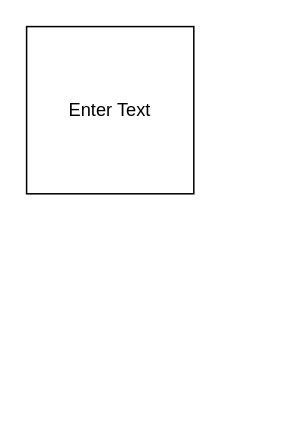
Earlier version of the draw.io diagram Untitled Diagram.drawio (jeshuaerickson/hh2022). Source tidied: cells renumbered, new cells numbered last; positions are measured from the earlier drawing's top-left corner, leaving out a move shared by most shapes. Both pictures are drawn from the tidied source at 152%, with x=0, y=0 at pixel (26, 26).
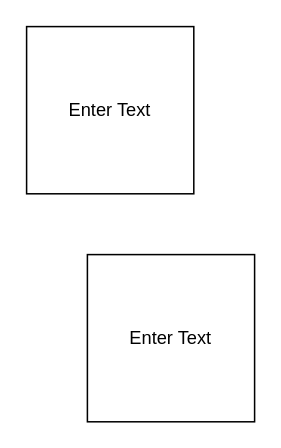
Above is the later version.

Diff of the diagram source:
```diff
@@
 <mxGraphModel>
   <root>
     <mxCell id="0" />
     <mxCell id="1" parent="0" />
     <mxCell id="2" value="Enter Text" style="whiteSpace=wrap;html=1;" parent="1" vertex="1">
       <mxGeometry width="110" height="110" as="geometry" />
     </mxCell>
+    <mxCell id="3" value="Enter Text" style="whiteSpace=wrap;html=1;" parent="1" vertex="1">
+      <mxGeometry x="40" y="150" width="110" height="110" as="geometry" />
+    </mxCell>
   </root>
 </mxGraphModel>
```
